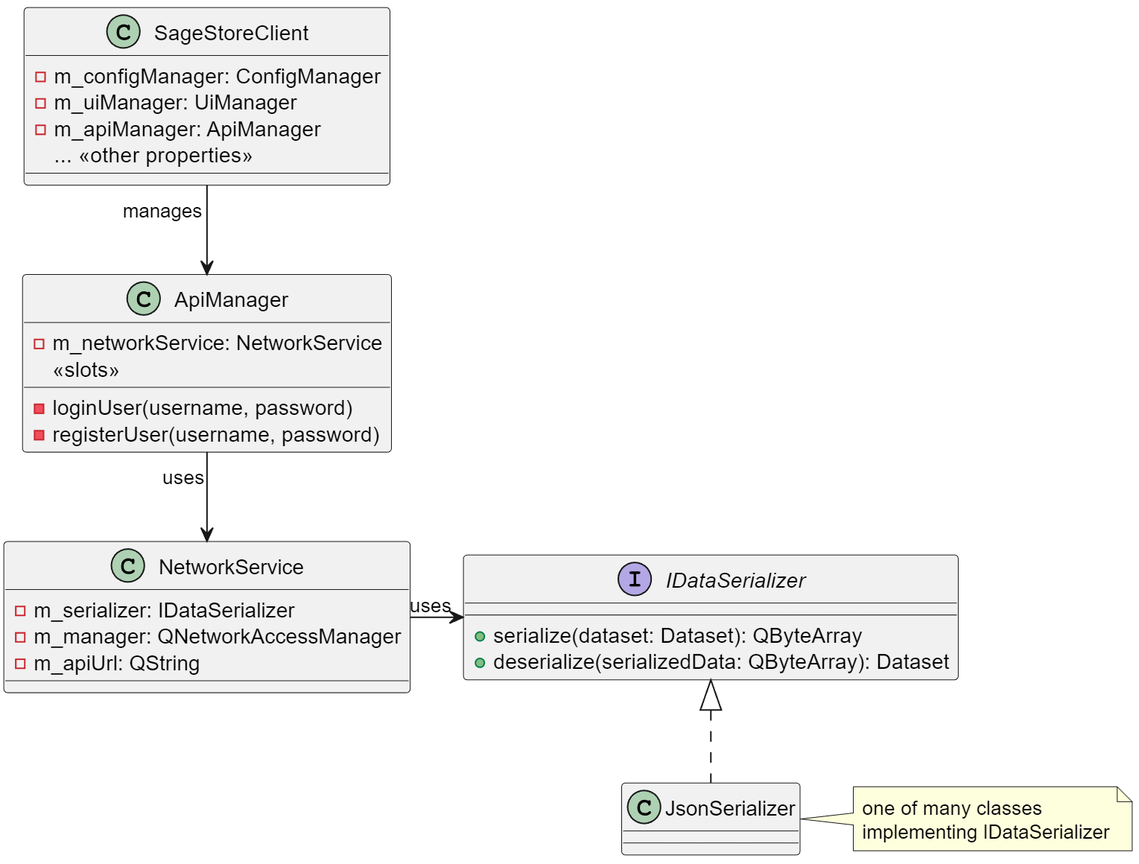
Sage-Cat/SageStore keeps this PlantUML diagram as docs/client/Networking_CD.png. Above is the earlier version. Its source is kept beside it as docs/client/plantuml/Networking_CD.puml.
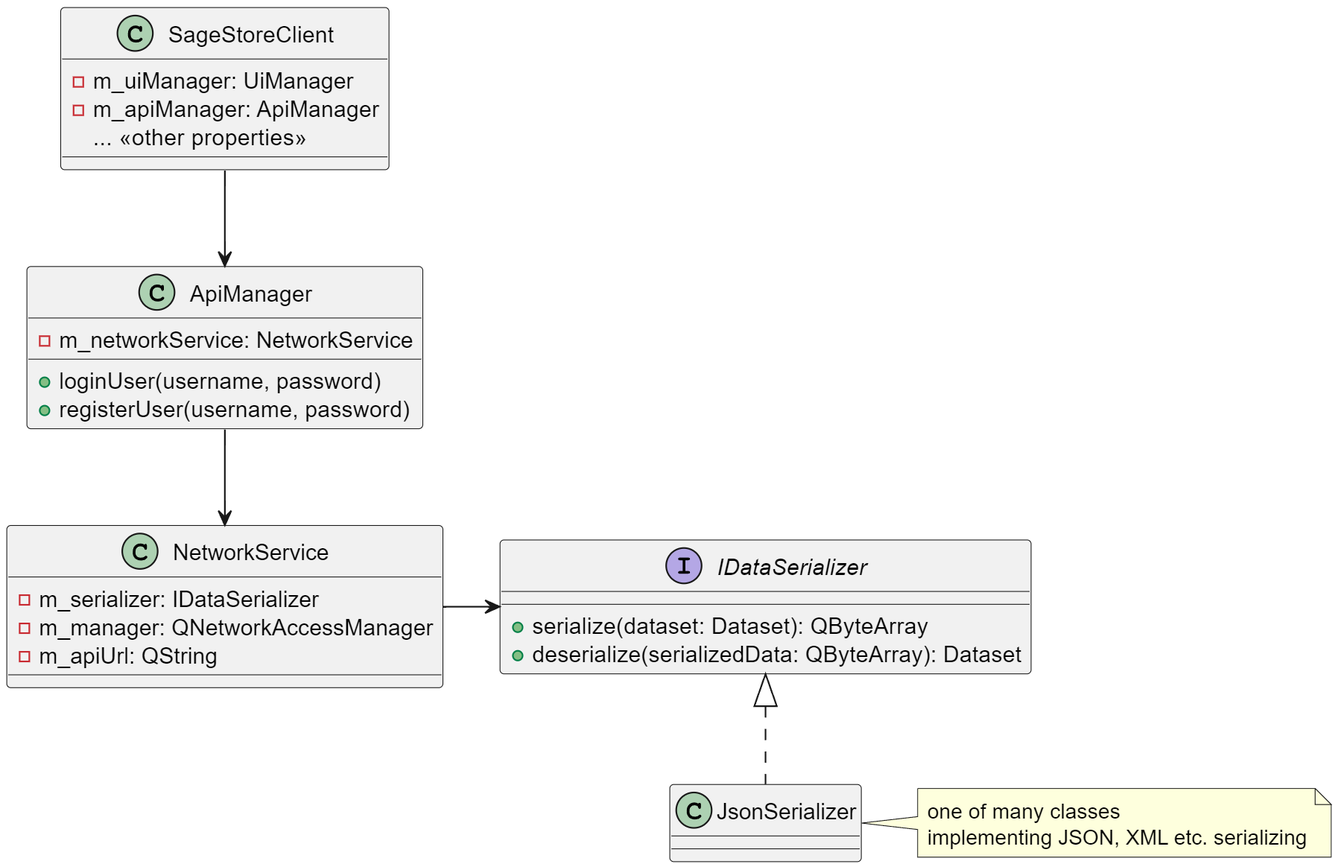
After the change.

The edit, as a diff of the source:
```diff
@@ -1,6 +1,5 @@
 @startuml
 class SageStoreClient {
-    -m_configManager: ConfigManager
     -m_uiManager: UiManager
     -m_apiManager: ApiManager
     ... <<other properties>>
@@ -15,9 +14,8 @@
 class ApiManager
 {
     -m_networkService: NetworkService
-    <<slots>>
-    - loginUser(username, password)
-    - registerUser(username, password)
+    + loginUser(username, password)
+    + registerUser(username, password)
 }
 
 interface IDataSerializer {
@@ -28,10 +26,10 @@
 class JsonSerializer implements IDataSerializer {
 }
 
-SageStoreClient "manages" --> ApiManager
-ApiManager "uses" --> NetworkService
-NetworkService "uses" -> IDataSerializer
+SageStoreClient  --> ApiManager
+ApiManager  --> NetworkService
+NetworkService  -> IDataSerializer
 
-note right of JsonSerializer : one of many classes \nimplementing IDataSerializer
+note right of JsonSerializer : one of many classes \nimplementing JSON, XML etc. serializing
 
 @enduml
```
